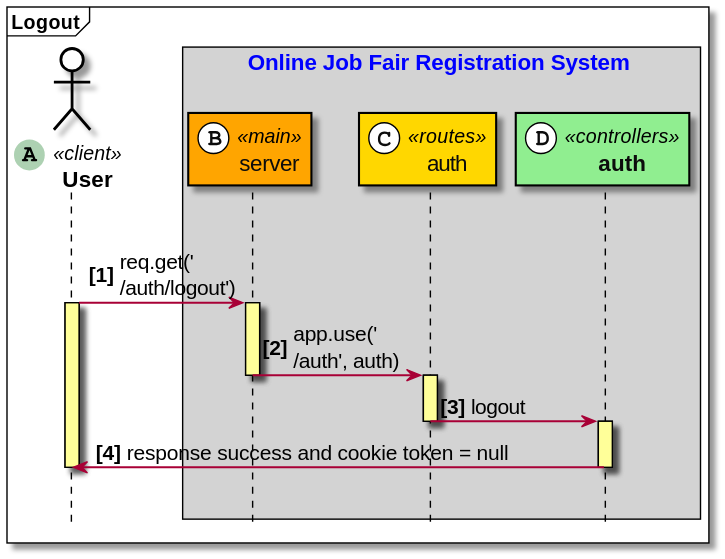
Above: doc_asset/diagrams/squence_diagrams/auth/logout.svg in wisarootl/online-job-fair-registration (PlantUML), before the change.
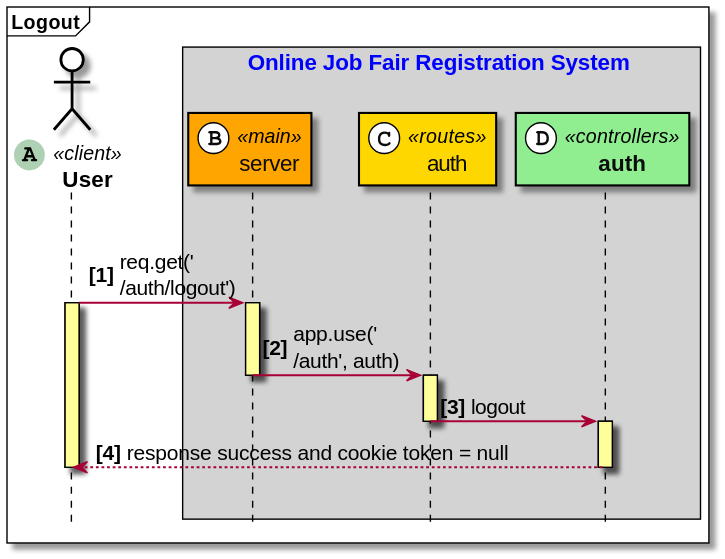
The same diagram one commit later.

Diff of the diagram source:
```diff
@@ -27,7 +27,7 @@
 rauth->controllers_auth: logout
 DeActivate rauth
 Activate controllers_auth
-controllers_auth->user: response success and cookie token = null
+controllers_auth-->user: response success and cookie token = null
 DeActivate controllers_auth
 DeActivate user
 |||
```
